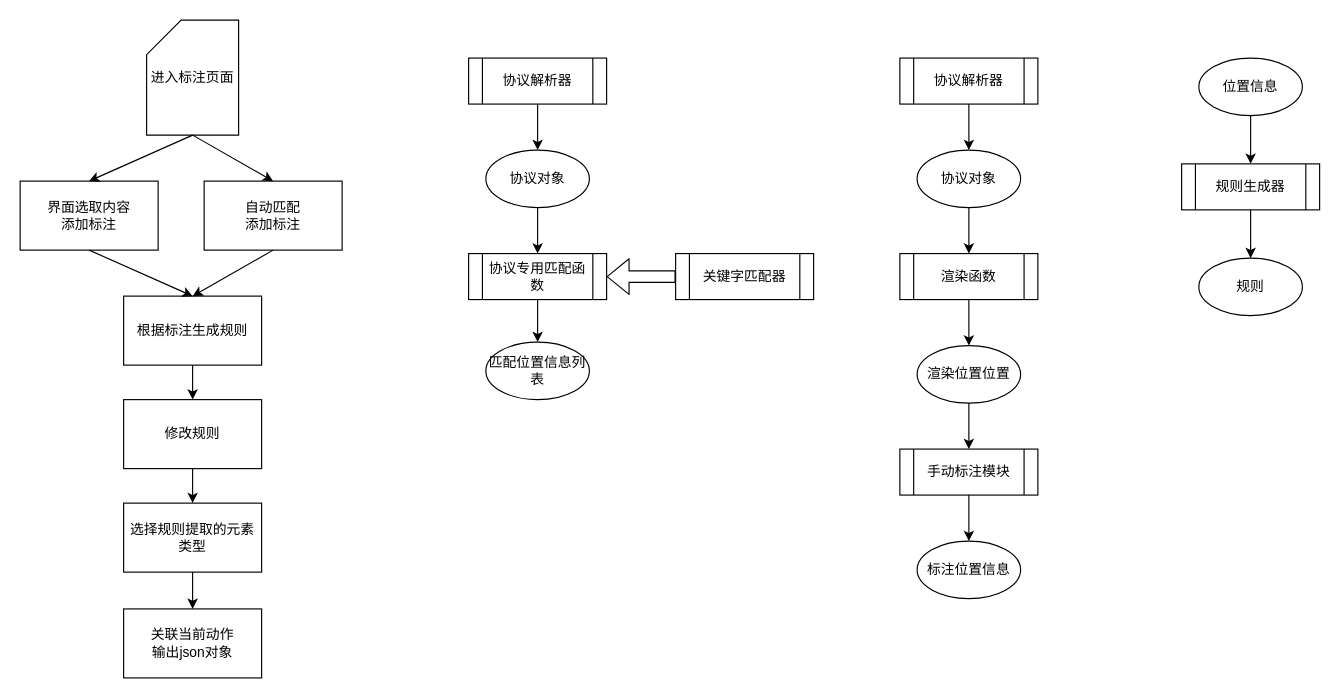
This is 人工标注流程.drawio from ouyangtian/drawio, a draw.io file, before an edit. Source tidied: cells renumbered, new cells numbered last; positions are measured from the earlier drawing's top-left corner, leaving out a move shared by most shapes. Both pictures are drawn from the tidied source at 115%, with x=0, y=0 at pixel (20, 20).
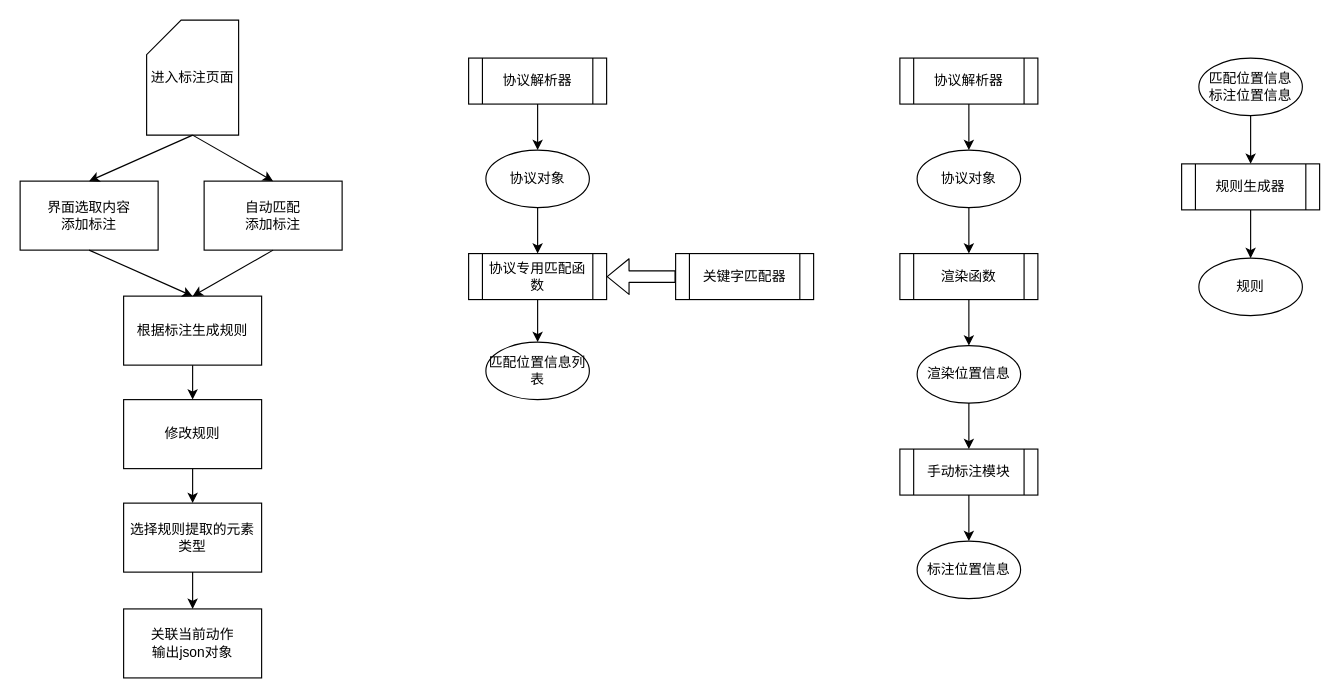
The same page after the edit.

Commit message:
更新人工标注流程.drawio

Diff of the diagram source:
```diff
@@
-    <mxCell id="30" value="渲染位置位置" style="ellipse;whiteSpace=wrap;html=1;" parent="1" vertex="1">
+    <mxCell id="30" value="渲染位置信息" style="ellipse;whiteSpace=wrap;html=1;" parent="1" vertex="1">
       <mxGeometry x="780" y="283" width="90" height="50" as="geometry" />
     </mxCell>
@@
-    <mxCell id="37" value="位置信息" style="ellipse;whiteSpace=wrap;html=1;" parent="1" vertex="1">
+    <mxCell id="37" value="匹配位置信息&lt;br&gt;标注位置信息" style="ellipse;whiteSpace=wrap;html=1;" parent="1" vertex="1">
       <mxGeometry x="1025" y="33" width="90" height="50" as="geometry" />
     </mxCell>
```
